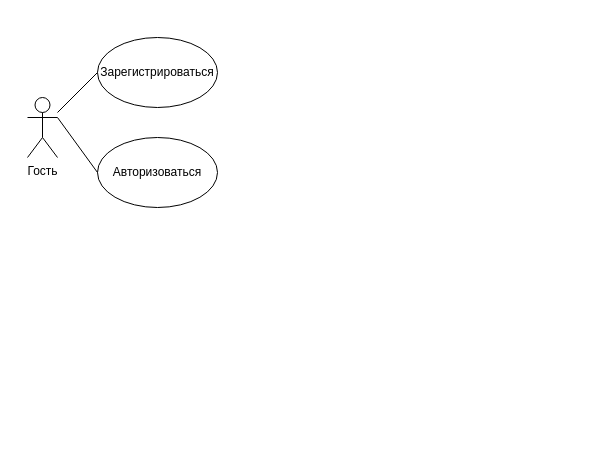
Above: use case.drawio in StanEkso/kanban-projecting (draw.io), before the change. Source tidied: cells renumbered, new cells numbered last; positions are measured from the earlier drawing's top-left corner, leaving out a move shared by most shapes. Both pictures are drawn from the tidied source at 100%, with x=0, y=0 at pixel (27, 37).
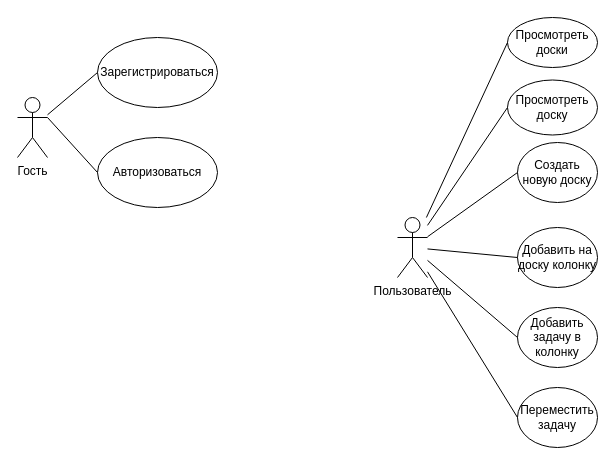
Above is the later version.

Commit message:
feat: user cases

Diff of the diagram source:
```diff
@@
 <mxGraphModel>
   <root>
     <mxCell id="0" />
     <mxCell id="1" parent="0" />
     <mxCell id="2" value="Гость" style="shape=umlActor;verticalLabelPosition=bottom;verticalAlign=top;html=1;outlineConnect=0;" parent="1" vertex="1">
-      <mxGeometry y="60" width="30" height="60" as="geometry" />
+      <mxGeometry x="-10" y="60" width="30" height="60" as="geometry" />
     </mxCell>
     <mxCell id="3" value="Зарегистрироваться" style="ellipse;whiteSpace=wrap;html=1;" parent="1" vertex="1">
       <mxGeometry x="70" width="120" height="70" as="geometry" />
     </mxCell>
     <mxCell id="4" value="Авторизоваться" style="ellipse;whiteSpace=wrap;html=1;" parent="1" vertex="1">
       <mxGeometry x="70" y="100" width="120" height="70" as="geometry" />
     </mxCell>
     <mxCell id="5" style="endArrow=none;html=1;rounded=0;exitX=1;exitY=0.3333333333333333;exitDx=0;exitDy=0;exitPerimeter=0;entryX=0;entryY=0.5;entryDx=0;entryDy=0;" parent="1" edge="1" source="2" target="4">
       <mxGeometry relative="1" as="geometry" />
     </mxCell>
     <mxCell id="6" style="endArrow=none;html=1;rounded=0;entryX=0;entryY=0.5;entryDx=0;entryDy=0;" parent="1" edge="1" source="2" target="3">
       <mxGeometry relative="1" as="geometry" />
     </mxCell>
+    <mxCell id="7" value="Пользователь" style="shape=umlActor;verticalLabelPosition=bottom;verticalAlign=top;html=1;outlineConnect=0;" parent="1" vertex="1">
+      <mxGeometry x="370" y="180" width="30" height="60" as="geometry" />
+    </mxCell>
+    <mxCell id="8" value="Просмотреть доски" style="ellipse;whiteSpace=wrap;html=1;" parent="1" vertex="1">
+      <mxGeometry x="480" y="-20" width="90" height="50" as="geometry" />
+    </mxCell>
+    <mxCell id="9" value="Создать новую доску" style="ellipse;whiteSpace=wrap;html=1;" parent="1" vertex="1">
+      <mxGeometry x="490" y="105" width="80" height="60" as="geometry" />
+    </mxCell>
+    <mxCell id="10" style="endArrow=none;html=1;rounded=0;entryX=0;entryY=0.5;entryDx=0;entryDy=0;" parent="1" edge="1" source="7" target="9">
+      <mxGeometry relative="1" as="geometry" />
+    </mxCell>
+    <mxCell id="11" style="endArrow=none;html=1;rounded=0;entryX=0;entryY=0.5;entryDx=0;entryDy=0;" parent="1" edge="1" source="7" target="8">
+      <mxGeometry relative="1" as="geometry" />
+    </mxCell>
+    <mxCell id="12" value="Просмотреть доску" style="ellipse;whiteSpace=wrap;html=1;" parent="1" vertex="1">
+      <mxGeometry x="480" y="42.5" width="90" height="55" as="geometry" />
+    </mxCell>
+    <mxCell id="13" style="endArrow=none;html=1;rounded=0;entryX=0;entryY=0.5;entryDx=0;entryDy=0;" parent="1" edge="1" source="7" target="12">
+      <mxGeometry relative="1" as="geometry" />
+    </mxCell>
+    <mxCell id="14" value="Добавить на доску колонку" style="ellipse;whiteSpace=wrap;html=1;" parent="1" vertex="1">
+      <mxGeometry x="490" y="190" width="80" height="60" as="geometry" />
+    </mxCell>
+    <mxCell id="15" value="Добавить задачу в колонку" style="ellipse;whiteSpace=wrap;html=1;" parent="1" vertex="1">
+      <mxGeometry x="490" y="270" width="80" height="60" as="geometry" />
+    </mxCell>
+    <mxCell id="16" value="Переместить задачу" style="ellipse;whiteSpace=wrap;html=1;" parent="1" vertex="1">
+      <mxGeometry x="490" y="350" width="80" height="60" as="geometry" />
+    </mxCell>
+    <mxCell id="17" style="endArrow=none;html=1;rounded=0;entryX=0;entryY=0.5;entryDx=0;entryDy=0;" parent="1" edge="1" source="7" target="14">
+      <mxGeometry relative="1" as="geometry" />
+    </mxCell>
+    <mxCell id="18" style="endArrow=none;html=1;rounded=0;entryX=0;entryY=0.5;entryDx=0;entryDy=0;" parent="1" edge="1" source="7" target="15">
+      <mxGeometry relative="1" as="geometry" />
+    </mxCell>
+    <mxCell id="19" style="endArrow=none;html=1;rounded=0;entryX=0;entryY=0.5;entryDx=0;entryDy=0;" parent="1" edge="1" source="7" target="16">
+      <mxGeometry relative="1" as="geometry" />
+    </mxCell>
   </root>
 </mxGraphModel>
```
